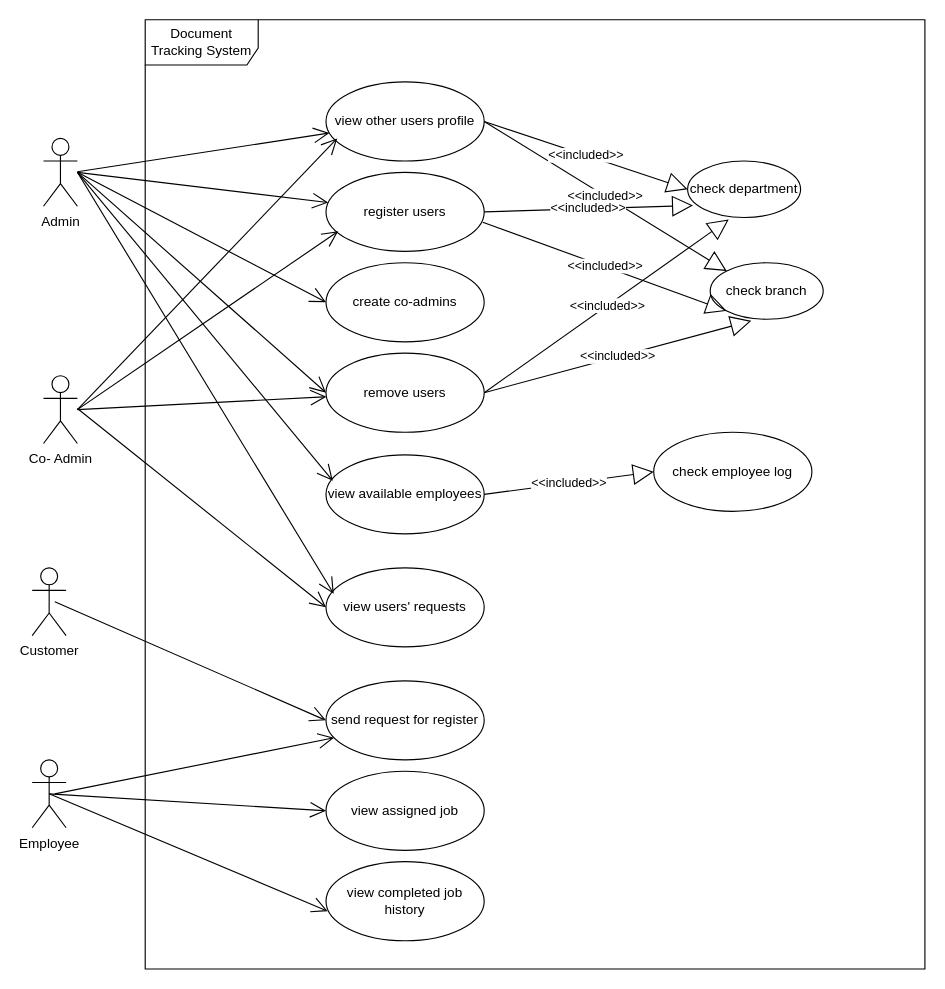
This is usecase-Diagram.drawio from DulsaraNethmin/SuperNova-Documentation, a draw.io file, before an edit. Source tidied: cells renumbered, new cells numbered last; positions are measured from the earlier drawing's top-left corner, leaving out a move shared by most shapes. Both pictures are drawn from the tidied source at 113%, with x=0, y=0 at pixel (32, 19).
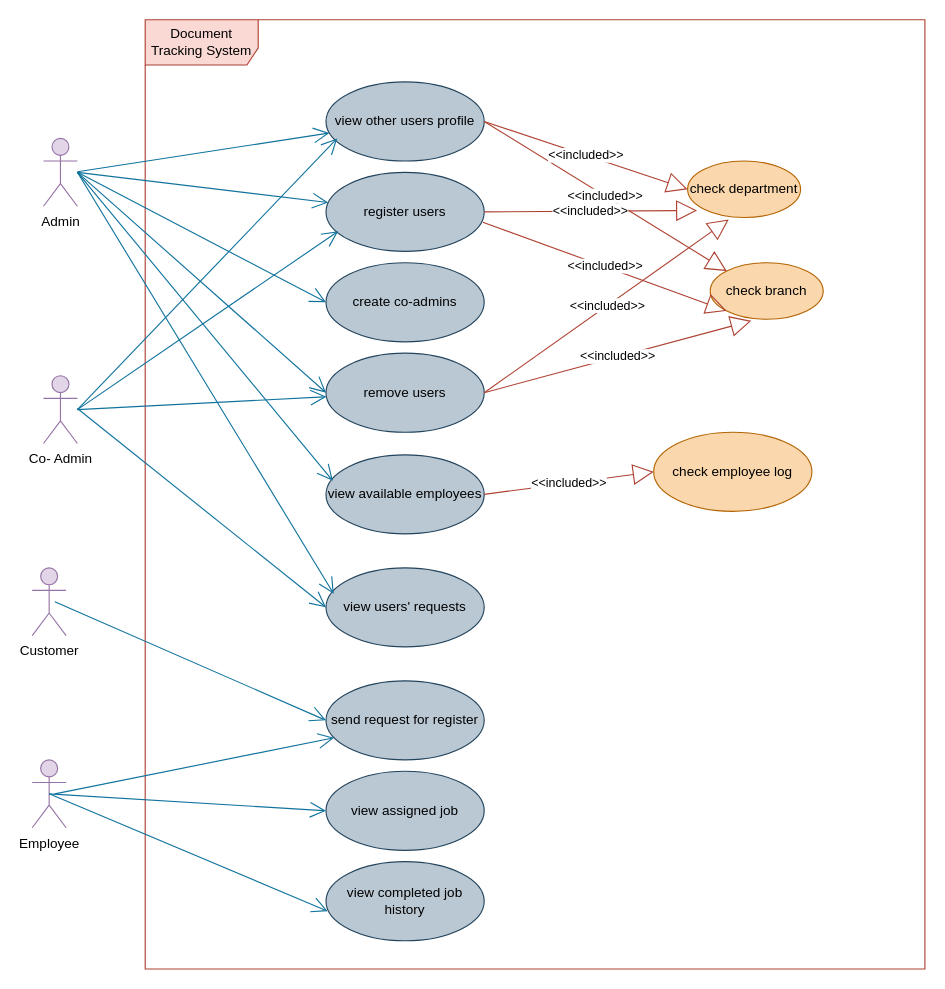
The same diagram, later.

Commit message (it also covers changes not shown here):
usecase pdf added

The edit, as a diff of the source:
```diff
@@
-    <mxCell id="2" value="Document Tracking System" style="shape=umlFrame;whiteSpace=wrap;html=1;width=100;height=40;" parent="1" vertex="1">
+    <mxCell id="2" value="Document Tracking System" style="shape=umlFrame;whiteSpace=wrap;html=1;width=100;height=40;fillColor=#fad9d5;strokeColor=#ae4132;" parent="1" vertex="1">
       <mxGeometry x="100" width="690" height="840" as="geometry" />
     </mxCell>
-    <mxCell id="3" value="Admin" style="shape=umlActor;verticalLabelPosition=bottom;verticalAlign=top;html=1;" parent="1" vertex="1">
+    <mxCell id="3" value="Admin" style="shape=umlActor;verticalLabelPosition=bottom;verticalAlign=top;html=1;fillColor=#e1d5e7;strokeColor=#9673a6;" parent="1" vertex="1">
       <mxGeometry x="10" y="105" width="30" height="60" as="geometry" />
     </mxCell>
-    <mxCell id="4" value="Co- Admin" style="shape=umlActor;verticalLabelPosition=bottom;verticalAlign=top;html=1;" parent="1" vertex="1">
+    <mxCell id="4" value="Co- Admin" style="shape=umlActor;verticalLabelPosition=bottom;verticalAlign=top;html=1;fillColor=#e1d5e7;strokeColor=#9673a6;" parent="1" vertex="1">
       <mxGeometry x="10" y="315" width="30" height="60" as="geometry" />
     </mxCell>
-    <mxCell id="5" value="Customer" style="shape=umlActor;verticalLabelPosition=bottom;verticalAlign=top;html=1;" parent="1" vertex="1">
+    <mxCell id="5" value="Customer" style="shape=umlActor;verticalLabelPosition=bottom;verticalAlign=top;html=1;fillColor=#e1d5e7;strokeColor=#9673a6;" parent="1" vertex="1">
       <mxGeometry y="485" width="30" height="60" as="geometry" />
     </mxCell>
-    <mxCell id="6" value="Employee" style="shape=umlActor;verticalLabelPosition=bottom;verticalAlign=top;html=1;" parent="1" vertex="1">
+    <mxCell id="6" value="Employee" style="shape=umlActor;verticalLabelPosition=bottom;verticalAlign=top;html=1;fillColor=#e1d5e7;strokeColor=#9673a6;" parent="1" vertex="1">
       <mxGeometry y="655" width="30" height="60" as="geometry" />
     </mxCell>
-    <mxCell id="7" value="view other users profile" style="ellipse;whiteSpace=wrap;html=1;" parent="1" vertex="1">
+    <mxCell id="7" value="view other users profile" style="ellipse;whiteSpace=wrap;html=1;fillColor=#bac8d3;strokeColor=#23445d;" parent="1" vertex="1">
       <mxGeometry x="260" y="55" width="140" height="70" as="geometry" />
     </mxCell>
-    <mxCell id="8" value="register users" style="ellipse;whiteSpace=wrap;html=1;" parent="1" vertex="1">
+    <mxCell id="8" value="register users" style="ellipse;whiteSpace=wrap;html=1;fillColor=#bac8d3;strokeColor=#23445d;" parent="1" vertex="1">
       <mxGeometry x="260" y="135" width="140" height="70" as="geometry" />
     </mxCell>
-    <mxCell id="9" value="create co-admins" style="ellipse;whiteSpace=wrap;html=1;" parent="1" vertex="1">
+    <mxCell id="9" value="create co-admins" style="ellipse;whiteSpace=wrap;html=1;fillColor=#bac8d3;strokeColor=#23445d;" parent="1" vertex="1">
       <mxGeometry x="260" y="215" width="140" height="70" as="geometry" />
     </mxCell>
-    <mxCell id="10" value="remove users" style="ellipse;whiteSpace=wrap;html=1;" parent="1" vertex="1">
+    <mxCell id="10" value="remove users" style="ellipse;whiteSpace=wrap;html=1;fillColor=#bac8d3;strokeColor=#23445d;" parent="1" vertex="1">
       <mxGeometry x="260" y="295" width="140" height="70" as="geometry" />
     </mxCell>
-    <mxCell id="11" style="endArrow=open;endFill=1;endSize=12;html=1;rounded=0;" parent="1" edge="1" target="7">
+    <mxCell id="11" style="endArrow=open;endFill=1;endSize=12;html=1;rounded=0;fillColor=#b1ddf0;strokeColor=#10739e;" parent="1" edge="1" target="7">
       <mxGeometry relative="1" as="geometry">
         <mxPoint x="40" y="134.5" as="sourcePoint" />
       </mxGeometry>
     </mxCell>
-    <mxCell id="12" style="endArrow=open;endFill=1;endSize=12;html=1;rounded=0;" parent="1" edge="1" target="8">
+    <mxCell id="12" style="endArrow=open;endFill=1;endSize=12;html=1;rounded=0;fillColor=#b1ddf0;strokeColor=#10739e;" parent="1" edge="1" target="8">
       <mxGeometry relative="1" as="geometry">
         <mxPoint x="40" y="135" as="sourcePoint" />
       </mxGeometry>
     </mxCell>
-    <mxCell id="13" style="endArrow=open;endFill=1;endSize=12;html=1;rounded=0;entryX=0;entryY=0.5;entryDx=0;entryDy=0;" parent="1" edge="1" target="9">
+    <mxCell id="13" style="endArrow=open;endFill=1;endSize=12;html=1;rounded=0;entryX=0;entryY=0.5;entryDx=0;entryDy=0;fillColor=#b1ddf0;strokeColor=#10739e;" parent="1" edge="1" target="9">
       <mxGeometry relative="1" as="geometry">
         <mxPoint x="40" y="135" as="sourcePoint" />
       </mxGeometry>
     </mxCell>
-    <mxCell id="14" style="endArrow=open;endFill=1;endSize=12;html=1;rounded=0;entryX=0;entryY=0.5;entryDx=0;entryDy=0;" parent="1" edge="1" target="10">
+    <mxCell id="14" style="endArrow=open;endFill=1;endSize=12;html=1;rounded=0;entryX=0;entryY=0.5;entryDx=0;entryDy=0;fillColor=#b1ddf0;strokeColor=#10739e;" parent="1" edge="1" target="10">
       <mxGeometry relative="1" as="geometry">
         <mxPoint x="40" y="135" as="sourcePoint" />
       </mxGeometry>
     </mxCell>
-    <mxCell id="15" style="endArrow=open;endFill=1;endSize=12;html=1;rounded=0;entryX=0.077;entryY=0.746;entryDx=0;entryDy=0;entryPerimeter=0;" parent="1" edge="1" target="8">
+    <mxCell id="15" style="endArrow=open;endFill=1;endSize=12;html=1;rounded=0;entryX=0.077;entryY=0.746;entryDx=0;entryDy=0;entryPerimeter=0;fillColor=#b1ddf0;strokeColor=#10739e;" parent="1" edge="1" target="8">
       <mxGeometry relative="1" as="geometry">
         <mxPoint x="40" y="345" as="sourcePoint" />
       </mxGeometry>
     </mxCell>
-    <mxCell id="16" style="endArrow=open;endFill=1;endSize=12;html=1;rounded=0;entryX=0.071;entryY=0.714;entryDx=0;entryDy=0;entryPerimeter=0;" parent="1" edge="1" target="7">
+    <mxCell id="16" style="endArrow=open;endFill=1;endSize=12;html=1;rounded=0;entryX=0.071;entryY=0.714;entryDx=0;entryDy=0;entryPerimeter=0;fillColor=#b1ddf0;strokeColor=#10739e;" parent="1" edge="1" target="7">
       <mxGeometry relative="1" as="geometry">
         <mxPoint x="40" y="345" as="sourcePoint" />
       </mxGeometry>
     </mxCell>
-    <mxCell id="17" value="check department" style="ellipse;whiteSpace=wrap;html=1;" parent="1" vertex="1">
+    <mxCell id="17" value="check department" style="ellipse;whiteSpace=wrap;html=1;fillColor=#fad7ac;strokeColor=#b46504;" parent="1" vertex="1">
       <mxGeometry x="580" y="125" width="100" height="50" as="geometry" />
     </mxCell>
-    <mxCell id="18" value="check branch" style="ellipse;whiteSpace=wrap;html=1;" parent="1" vertex="1">
+    <mxCell id="18" value="check branch" style="ellipse;whiteSpace=wrap;html=1;fillColor=#fad7ac;strokeColor=#b46504;" parent="1" vertex="1">
       <mxGeometry x="600" y="215" width="100" height="50" as="geometry" />
     </mxCell>
-    <mxCell id="19" value="&amp;lt;&amp;lt;included&amp;gt;&amp;gt;" style="endArrow=block;endSize=16;endFill=0;html=1;rounded=0;exitX=1;exitY=0.5;exitDx=0;exitDy=0;entryX=0;entryY=0;entryDx=0;entryDy=0;" parent="1" edge="1" target="18">
+    <mxCell id="19" value="&amp;lt;&amp;lt;included&amp;gt;&amp;gt;" style="endArrow=block;endSize=16;endFill=0;html=1;rounded=0;exitX=1;exitY=0.5;exitDx=0;exitDy=0;entryX=0;entryY=0;entryDx=0;entryDy=0;fillColor=#fad9d5;strokeColor=#ae4132;" parent="1" edge="1" target="18">
       <mxGeometry relative="1" as="geometry">
         <mxPoint x="400" y="90" as="sourcePoint" />
       </mxGeometry>
     </mxCell>
-    <mxCell id="20" style="endArrow=open;endFill=1;endSize=12;html=1;rounded=0;" parent="1" edge="1" target="10">
+    <mxCell id="20" style="endArrow=open;endFill=1;endSize=12;html=1;rounded=0;fillColor=#b1ddf0;strokeColor=#10739e;" parent="1" edge="1" target="10">
       <mxGeometry relative="1" as="geometry">
         <mxPoint x="40" y="345" as="sourcePoint" />
       </mxGeometry>
     </mxCell>
-    <mxCell id="21" value="&amp;lt;&amp;lt;included&amp;gt;&amp;gt;" style="endArrow=block;endSize=16;endFill=0;html=1;rounded=0;exitX=1;exitY=0.5;exitDx=0;exitDy=0;entryX=0;entryY=0.5;entryDx=0;entryDy=0;" parent="1" edge="1" source="7" target="17">
+    <mxCell id="21" value="&amp;lt;&amp;lt;included&amp;gt;&amp;gt;" style="endArrow=block;endSize=16;endFill=0;html=1;rounded=0;exitX=1;exitY=0.5;exitDx=0;exitDy=0;entryX=0;entryY=0.5;entryDx=0;entryDy=0;fillColor=#fad9d5;strokeColor=#ae4132;" parent="1" edge="1" source="7" target="17">
       <mxGeometry relative="1" as="geometry" />
     </mxCell>
-    <mxCell id="22" value="&amp;lt;&amp;lt;included&amp;gt;&amp;gt;" style="endArrow=block;endSize=16;endFill=0;html=1;rounded=0;exitX=1;exitY=0.5;exitDx=0;exitDy=0;entryX=0.364;entryY=1.036;entryDx=0;entryDy=0;entryPerimeter=0;" parent="1" edge="1" target="17">
+    <mxCell id="22" value="&amp;lt;&amp;lt;included&amp;gt;&amp;gt;" style="endArrow=block;endSize=16;endFill=0;html=1;rounded=0;exitX=1;exitY=0.5;exitDx=0;exitDy=0;entryX=0.364;entryY=1.036;entryDx=0;entryDy=0;entryPerimeter=0;fillColor=#fad9d5;strokeColor=#ae4132;" parent="1" edge="1" target="17">
       <mxGeometry relative="1" as="geometry">
         <mxPoint x="400" y="330" as="sourcePoint" />
       </mxGeometry>
     </mxCell>
-    <mxCell id="23" value="&amp;lt;&amp;lt;included&amp;gt;&amp;gt;" style="endArrow=block;endSize=16;endFill=0;html=1;rounded=0;exitX=1;exitY=0.5;exitDx=0;exitDy=0;entryX=0.364;entryY=1.028;entryDx=0;entryDy=0;entryPerimeter=0;" parent="1" edge="1" target="18">
+    <mxCell id="23" value="&amp;lt;&amp;lt;included&amp;gt;&amp;gt;" style="endArrow=block;endSize=16;endFill=0;html=1;rounded=0;exitX=1;exitY=0.5;exitDx=0;exitDy=0;entryX=0.364;entryY=1.028;entryDx=0;entryDy=0;entryPerimeter=0;fillColor=#fad9d5;strokeColor=#ae4132;" parent="1" edge="1" target="18">
       <mxGeometry relative="1" as="geometry">
         <mxPoint x="400" y="330" as="sourcePoint" />
       </mxGeometry>
     </mxCell>
-    <mxCell id="24" value="view available employees" style="ellipse;whiteSpace=wrap;html=1;" parent="1" vertex="1">
+    <mxCell id="24" value="view available employees" style="ellipse;whiteSpace=wrap;html=1;fillColor=#bac8d3;strokeColor=#23445d;" parent="1" vertex="1">
       <mxGeometry x="260" y="385" width="140" height="70" as="geometry" />
     </mxCell>
-    <mxCell id="25" style="endArrow=open;endFill=1;endSize=12;html=1;rounded=0;entryX=0.011;entryY=0.626;entryDx=0;entryDy=0;entryPerimeter=0;exitX=0.5;exitY=0.5;exitDx=0;exitDy=0;exitPerimeter=0;" parent="1" edge="1" source="6" target="27">
+    <mxCell id="25" style="endArrow=open;endFill=1;endSize=12;html=1;rounded=0;entryX=0.011;entryY=0.626;entryDx=0;entryDy=0;entryPerimeter=0;exitX=0.5;exitY=0.5;exitDx=0;exitDy=0;exitPerimeter=0;fillColor=#b1ddf0;strokeColor=#10739e;" parent="1" edge="1" source="6" target="27">
       <mxGeometry relative="1" as="geometry" />
     </mxCell>
-    <mxCell id="26" style="endArrow=open;endFill=1;endSize=12;html=1;rounded=0;entryX=0.043;entryY=0.329;entryDx=0;entryDy=0;entryPerimeter=0;" parent="1" edge="1" target="24">
+    <mxCell id="26" style="endArrow=open;endFill=1;endSize=12;html=1;rounded=0;entryX=0.043;entryY=0.329;entryDx=0;entryDy=0;entryPerimeter=0;fillColor=#b1ddf0;strokeColor=#10739e;" parent="1" edge="1" target="24">
       <mxGeometry relative="1" as="geometry">
         <mxPoint x="40" y="135" as="sourcePoint" />
       </mxGeometry>
     </mxCell>
-    <mxCell id="27" value="view completed job history" style="ellipse;whiteSpace=wrap;html=1;" parent="1" vertex="1">
+    <mxCell id="27" value="view completed job history" style="ellipse;whiteSpace=wrap;html=1;fillColor=#bac8d3;strokeColor=#23445d;" parent="1" vertex="1">
       <mxGeometry x="260" y="745" width="140" height="70" as="geometry" />
     </mxCell>
-    <mxCell id="28" value="view assigned job" style="ellipse;whiteSpace=wrap;html=1;" parent="1" vertex="1">
+    <mxCell id="28" value="view assigned job" style="ellipse;whiteSpace=wrap;html=1;fillColor=#bac8d3;strokeColor=#23445d;" parent="1" vertex="1">
       <mxGeometry x="260" y="665" width="140" height="70" as="geometry" />
     </mxCell>
-    <mxCell id="29" style="endArrow=open;endFill=1;endSize=12;html=1;rounded=0;entryX=0;entryY=0.5;entryDx=0;entryDy=0;exitX=0.5;exitY=0.5;exitDx=0;exitDy=0;exitPerimeter=0;" parent="1" edge="1" source="6" target="28">
+    <mxCell id="29" style="endArrow=open;endFill=1;endSize=12;html=1;rounded=0;entryX=0;entryY=0.5;entryDx=0;entryDy=0;exitX=0.5;exitY=0.5;exitDx=0;exitDy=0;exitPerimeter=0;fillColor=#b1ddf0;strokeColor=#10739e;" parent="1" edge="1" source="6" target="28">
       <mxGeometry relative="1" as="geometry" />
     </mxCell>
-    <mxCell id="30" value="check employee log" style="ellipse;whiteSpace=wrap;html=1;" parent="1" vertex="1">
+    <mxCell id="30" value="check employee log" style="ellipse;whiteSpace=wrap;html=1;fillColor=#fad7ac;strokeColor=#b46504;" parent="1" vertex="1">
       <mxGeometry x="550" y="365" width="140" height="70" as="geometry" />
     </mxCell>
-    <mxCell id="31" value="&amp;lt;&amp;lt;included&amp;gt;&amp;gt;" style="endArrow=block;endSize=16;endFill=0;html=1;rounded=0;exitX=1;exitY=0.5;exitDx=0;exitDy=0;entryX=0;entryY=0.5;entryDx=0;entryDy=0;" parent="1" edge="1" source="24" target="30">
+    <mxCell id="31" value="&amp;lt;&amp;lt;included&amp;gt;&amp;gt;" style="endArrow=block;endSize=16;endFill=0;html=1;rounded=0;exitX=1;exitY=0.5;exitDx=0;exitDy=0;entryX=0;entryY=0.5;entryDx=0;entryDy=0;fillColor=#fad9d5;strokeColor=#ae4132;" parent="1" edge="1" source="24" target="30">
       <mxGeometry relative="1" as="geometry" />
     </mxCell>
-    <mxCell id="32" value="send request for register" style="ellipse;whiteSpace=wrap;html=1;" parent="1" vertex="1">
+    <mxCell id="32" value="send request for register" style="ellipse;whiteSpace=wrap;html=1;fillColor=#bac8d3;strokeColor=#23445d;" parent="1" vertex="1">
       <mxGeometry x="260" y="585" width="140" height="70" as="geometry" />
     </mxCell>
-    <mxCell id="33" style="endArrow=open;endFill=1;endSize=12;html=1;rounded=0;entryX=0;entryY=0.5;entryDx=0;entryDy=0;" parent="1" edge="1" target="32">
+    <mxCell id="33" style="endArrow=open;endFill=1;endSize=12;html=1;rounded=0;entryX=0;entryY=0.5;entryDx=0;entryDy=0;fillColor=#b1ddf0;strokeColor=#10739e;" parent="1" edge="1" target="32">
       <mxGeometry relative="1" as="geometry">
         <mxPoint x="20" y="515" as="sourcePoint" />
       </mxGeometry>
     </mxCell>
-    <mxCell id="34" style="endArrow=open;endFill=1;endSize=12;html=1;rounded=0;entryX=0.051;entryY=0.72;entryDx=0;entryDy=0;entryPerimeter=0;" parent="1" edge="1" target="32">
+    <mxCell id="34" style="endArrow=open;endFill=1;endSize=12;html=1;rounded=0;entryX=0.051;entryY=0.72;entryDx=0;entryDy=0;entryPerimeter=0;fillColor=#b1ddf0;strokeColor=#10739e;" parent="1" edge="1" target="32">
       <mxGeometry relative="1" as="geometry">
         <mxPoint x="20" y="685" as="sourcePoint" />
       </mxGeometry>
     </mxCell>
-    <mxCell id="35" value="view users' requests" style="ellipse;whiteSpace=wrap;html=1;" parent="1" vertex="1">
+    <mxCell id="35" value="view users' requests" style="ellipse;whiteSpace=wrap;html=1;fillColor=#bac8d3;strokeColor=#23445d;" parent="1" vertex="1">
       <mxGeometry x="260" y="485" width="140" height="70" as="geometry" />
     </mxCell>
-    <mxCell id="36" style="endArrow=open;endFill=1;endSize=12;html=1;rounded=0;entryX=0;entryY=0.5;entryDx=0;entryDy=0;" parent="1" edge="1" target="35">
+    <mxCell id="36" style="endArrow=open;endFill=1;endSize=12;html=1;rounded=0;entryX=0;entryY=0.5;entryDx=0;entryDy=0;fillColor=#b1ddf0;strokeColor=#10739e;" parent="1" edge="1" target="35">
       <mxGeometry relative="1" as="geometry">
         <mxPoint x="40" y="344" as="sourcePoint" />
       </mxGeometry>
     </mxCell>
-    <mxCell id="37" style="endArrow=open;endFill=1;endSize=12;html=1;rounded=0;entryX=0.049;entryY=0.329;entryDx=0;entryDy=0;entryPerimeter=0;" parent="1" edge="1" target="35">
+    <mxCell id="37" style="endArrow=open;endFill=1;endSize=12;html=1;rounded=0;entryX=0.049;entryY=0.329;entryDx=0;entryDy=0;entryPerimeter=0;fillColor=#b1ddf0;strokeColor=#10739e;" parent="1" edge="1" target="35">
       <mxGeometry relative="1" as="geometry">
         <mxPoint x="40" y="135" as="sourcePoint" />
       </mxGeometry>
     </mxCell>
-    <mxCell id="38" value="&amp;lt;&amp;lt;included&amp;gt;&amp;gt;" style="endArrow=block;endSize=16;endFill=0;html=1;rounded=0;exitX=1;exitY=0.5;exitDx=0;exitDy=0;entryX=0.048;entryY=0.788;entryDx=0;entryDy=0;entryPerimeter=0;" parent="1" edge="1" source="8" target="17">
+    <mxCell id="38" value="&amp;lt;&amp;lt;included&amp;gt;&amp;gt;" style="endArrow=block;endSize=16;endFill=0;html=1;rounded=0;exitX=1;exitY=0.5;exitDx=0;exitDy=0;entryX=0.084;entryY=0.876;entryDx=0;entryDy=0;entryPerimeter=0;fillColor=#fad9d5;strokeColor=#ae4132;" parent="1" edge="1" source="8" target="17">
       <mxGeometry relative="1" as="geometry" />
     </mxCell>
-    <mxCell id="39" value="&amp;lt;&amp;lt;included&amp;gt;&amp;gt;" style="endArrow=block;endSize=16;endFill=0;html=1;rounded=0;exitX=0.991;exitY=0.631;exitDx=0;exitDy=0;entryX=0;entryY=1;entryDx=0;entryDy=0;exitPerimeter=0;" parent="1" edge="1" source="8" target="18">
+    <mxCell id="39" value="&amp;lt;&amp;lt;included&amp;gt;&amp;gt;" style="endArrow=block;endSize=16;endFill=0;html=1;rounded=0;exitX=0.991;exitY=0.631;exitDx=0;exitDy=0;entryX=0;entryY=1;entryDx=0;entryDy=0;exitPerimeter=0;fillColor=#fad9d5;strokeColor=#ae4132;" parent="1" edge="1" source="8" target="18">
       <mxGeometry relative="1" as="geometry" />
     </mxCell>
```
